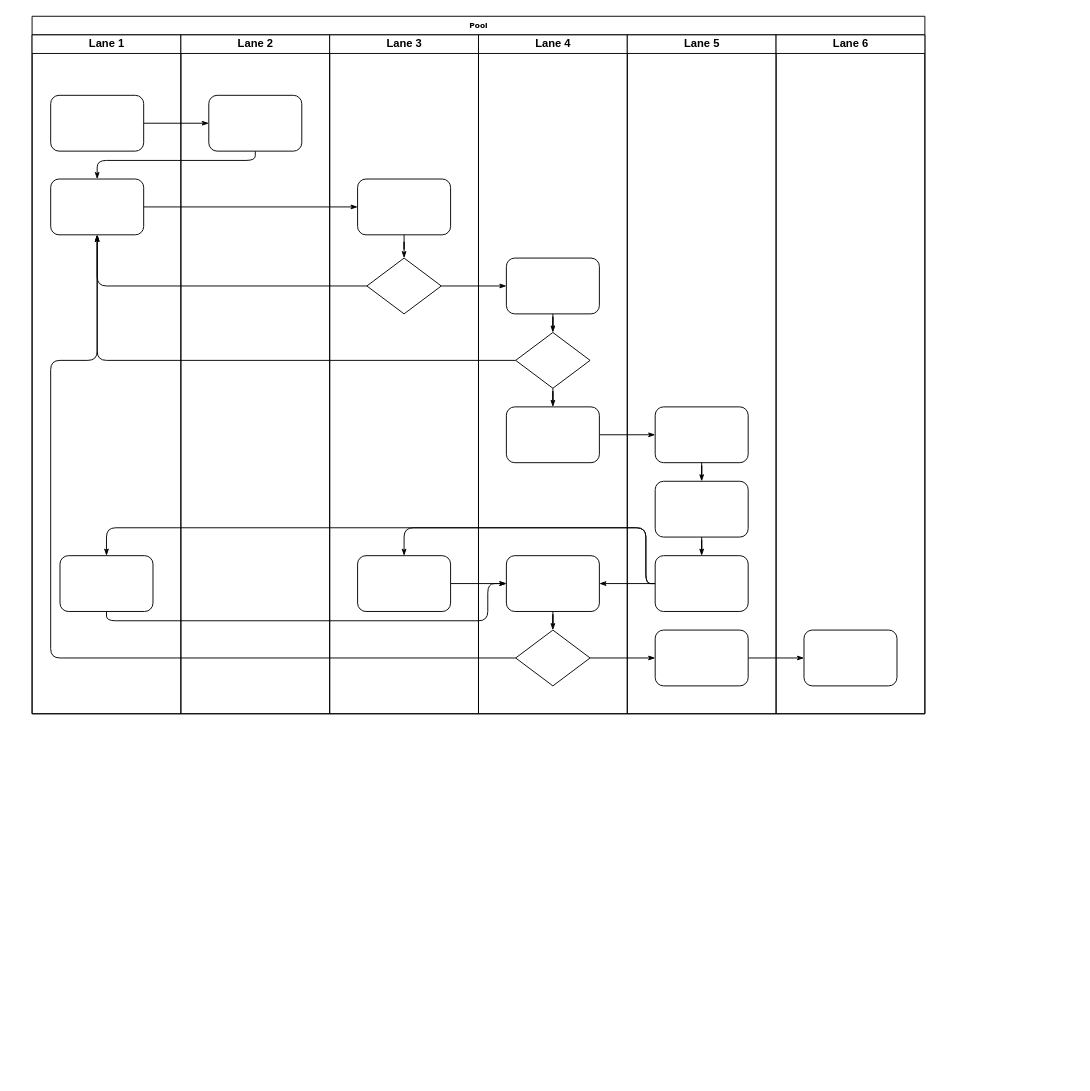
WALL-E-VA/WALL-E-VA keeps this draw.io diagram as Quotation Verification.drawio. Above is the earlier version. Source tidied: cells renumbered, new cells numbered last; positions are measured from the earlier drawing's top-left corner, leaving out a move shared by most shapes. Both pictures are drawn from the tidied source at 93%, with x=0, y=0 at pixel (32, 16).
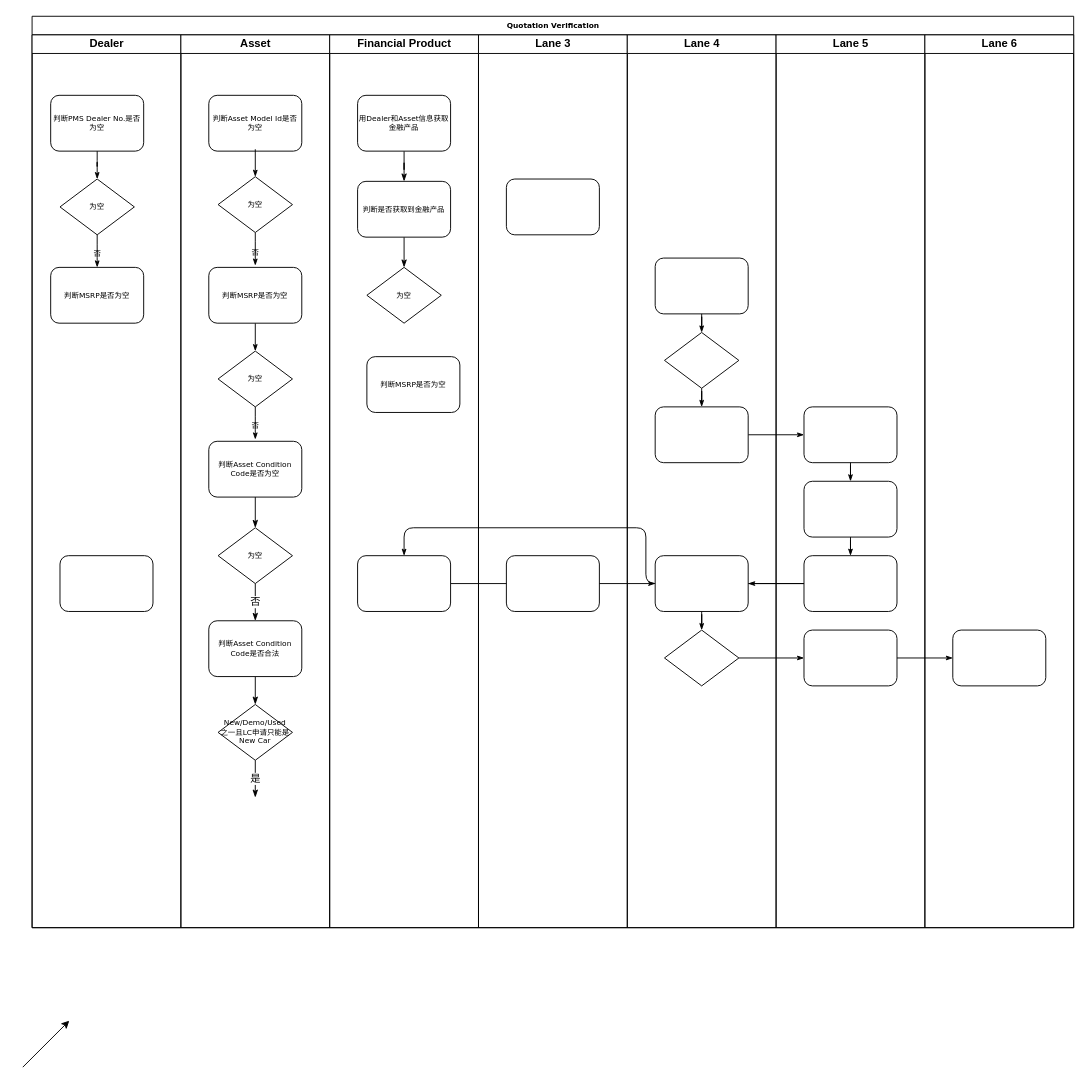
After the change.

Unchanged cells that the change refers to:
```xml
<mxCell id="6" style="rounded=1;whiteSpace=wrap;html=1;shadow=0;labelBackgroundColor=none;strokeWidth=1;fontFamily=Verdana;fontSize=8;align=center;" parent="3" vertex="1">
  <mxGeometry x="30" y="560" width="100" height="60" as="geometry" />
</mxCell>
<mxCell id="30" style="rounded=1;whiteSpace=wrap;html=1;shadow=0;labelBackgroundColor=none;strokeWidth=1;fontFamily=Verdana;fontSize=8;align=center;" parent="29" vertex="1">
  <mxGeometry x="30" y="240" width="100" height="60" as="geometry" />
</mxCell>
<mxCell id="31" style="rhombus;whiteSpace=wrap;html=1;rounded=0;shadow=0;labelBackgroundColor=none;strokeWidth=1;fontFamily=Verdana;fontSize=8;align=center;" parent="29" vertex="1">
  <mxGeometry x="40" y="320" width="80" height="60" as="geometry" />
</mxCell>
<mxCell id="33" style="rounded=1;whiteSpace=wrap;html=1;shadow=0;labelBackgroundColor=none;strokeWidth=1;fontFamily=Verdana;fontSize=8;align=center;" parent="29" vertex="1">
  <mxGeometry x="30" y="560" width="100" height="60" as="geometry" />
</mxCell>
<mxCell id="34" style="rhombus;whiteSpace=wrap;html=1;rounded=0;shadow=0;labelBackgroundColor=none;strokeWidth=1;fontFamily=Verdana;fontSize=8;align=center;" parent="29" vertex="1">
  <mxGeometry x="40" y="640" width="80" height="60" as="geometry" />
</mxCell>
<mxCell id="41" style="rounded=1;whiteSpace=wrap;html=1;shadow=0;labelBackgroundColor=none;strokeWidth=1;fontFamily=Verdana;fontSize=8;align=center;" parent="38" vertex="1">
  <mxGeometry x="30" y="560" width="100" height="60" as="geometry" />
</mxCell>
```

What changed in the source:
```diff
@@
-    <mxCell id="2" value="Pool" style="swimlane;html=1;startSize=20;rounded=0;shadow=0;labelBackgroundColor=none;strokeWidth=1;fontFamily=Verdana;fontSize=8;align=center;" parent="1" vertex="1">
-      <mxGeometry width="960" height="750" as="geometry" />
+    <mxCell id="2" value="Quotation Verification" style="swimlane;html=1;startSize=20;rounded=0;shadow=0;labelBackgroundColor=none;strokeWidth=1;fontFamily=Verdana;fontSize=8;align=center;" parent="1" vertex="1">
+      <mxGeometry width="1120" height="980" as="geometry" />
     </mxCell>
-    <mxCell id="3" value="Lane 1" style="swimlane;html=1;startSize=20;" parent="2" vertex="1">
-      <mxGeometry y="20" width="160" height="730" as="geometry" />
+    <mxCell id="3" value="Dealer" style="swimlane;html=1;startSize=20;" parent="2" vertex="1">
+      <mxGeometry y="20" width="160" height="960" as="geometry" />
     </mxCell>
-    <mxCell id="4" style="rounded=1;whiteSpace=wrap;html=1;shadow=0;labelBackgroundColor=none;strokeWidth=1;fontFamily=Verdana;fontSize=8;align=center;" parent="3" vertex="1">
+    <mxCell id="4" value="判断PMS Dealer No.是否为空" style="rounded=1;whiteSpace=wrap;html=1;shadow=0;labelBackgroundColor=none;strokeWidth=1;fontFamily=Verdana;fontSize=8;align=center;" parent="3" vertex="1">
       <mxGeometry x="20" y="65" width="100" height="60" as="geometry" />
     </mxCell>
-    <mxCell id="5" style="rounded=1;whiteSpace=wrap;html=1;shadow=0;labelBackgroundColor=none;strokeWidth=1;fontFamily=Verdana;fontSize=8;align=center;" parent="3" vertex="1">
-      <mxGeometry x="20" y="155" width="100" height="60" as="geometry" />
-    </mxCell>
@@
+    <mxCell id="26" value="为空" style="rhombus;whiteSpace=wrap;html=1;rounded=0;shadow=0;labelBackgroundColor=none;strokeWidth=1;fontFamily=Verdana;fontSize=8;align=center;" parent="3" vertex="1">
+      <mxGeometry x="30" y="155" width="80" height="60" as="geometry" />
+    </mxCell>
+    <mxCell id="10" value="否" style="edgeStyle=orthogonalEdgeStyle;rounded=1;html=1;labelBackgroundColor=none;startArrow=none;startFill=0;startSize=5;endArrow=classicThin;endFill=1;endSize=5;jettySize=auto;strokeWidth=1;fontFamily=Verdana;fontSize=8;" parent="3" edge="1" source="26">
+      <mxGeometry x="0.2" relative="1" as="geometry">
+        <mxPoint x="70" y="250" as="targetPoint" />
+      </mxGeometry>
+    </mxCell>
-    <mxCell id="7" style="edgeStyle=orthogonalEdgeStyle;rounded=1;html=1;labelBackgroundColor=none;startArrow=none;startFill=0;startSize=5;endArrow=classicThin;endFill=1;endSize=5;jettySize=auto;strokeWidth=1;fontFamily=Verdana;fontSize=8;" parent="2" edge="1" source="4" target="23">
+    <mxCell id="7" style="edgeStyle=orthogonalEdgeStyle;rounded=1;html=1;labelBackgroundColor=none;startArrow=none;startFill=0;startSize=5;endArrow=classicThin;endFill=1;endSize=5;jettySize=auto;strokeWidth=1;fontFamily=Verdana;fontSize=8;entryX=0.5;entryY=0;entryDx=0;entryDy=0;" parent="3" edge="1" source="4" target="26">
       <mxGeometry relative="1" as="geometry" />
     </mxCell>
-    <mxCell id="8" style="edgeStyle=orthogonalEdgeStyle;rounded=1;html=1;labelBackgroundColor=none;startArrow=none;startFill=0;startSize=5;endArrow=classicThin;endFill=1;endSize=5;jettySize=auto;strokeWidth=1;fontFamily=Verdana;fontSize=8;" parent="2" edge="1" source="23" target="5">
-      <mxGeometry relative="1" as="geometry">
-        <Array as="points">
-          <mxPoint x="240" y="155" />
-          <mxPoint x="70" y="155" />
-        </Array>
-      </mxGeometry>
-    </mxCell>
-    <mxCell id="9" style="edgeStyle=orthogonalEdgeStyle;rounded=1;html=1;labelBackgroundColor=none;startArrow=none;startFill=0;startSize=5;endArrow=classicThin;endFill=1;endSize=5;jettySize=auto;strokeWidth=1;fontFamily=Verdana;fontSize=8;" parent="2" edge="1" source="5" target="25">
-      <mxGeometry relative="1" as="geometry" />
-    </mxCell>
-    <mxCell id="10" style="edgeStyle=orthogonalEdgeStyle;rounded=1;html=1;labelBackgroundColor=none;startArrow=none;startFill=0;startSize=5;endArrow=classicThin;endFill=1;endSize=5;jettySize=auto;strokeWidth=1;fontFamily=Verdana;fontSize=8;" parent="2" edge="1" source="26" target="5">
-      <mxGeometry relative="1" as="geometry" />
-    </mxCell>
-    <mxCell id="11" style="edgeStyle=orthogonalEdgeStyle;rounded=1;html=1;labelBackgroundColor=none;startArrow=none;startFill=0;startSize=5;endArrow=classicThin;endFill=1;endSize=5;jettySize=auto;strokeWidth=1;fontFamily=Verdana;fontSize=8;" parent="2" edge="1" source="31" target="5">
-      <mxGeometry relative="1" as="geometry" />
-    </mxCell>
-    <mxCell id="12" style="edgeStyle=orthogonalEdgeStyle;rounded=1;html=1;labelBackgroundColor=none;startArrow=none;startFill=0;startSize=5;endArrow=classicThin;endFill=1;endSize=5;jettySize=auto;strokeWidth=1;fontFamily=Verdana;fontSize=8;" parent="2" edge="1" source="34" target="5">
-      <mxGeometry relative="1" as="geometry">
-        <Array as="points">
-          <mxPoint x="20" y="690" />
-          <mxPoint x="20" y="370" />
-          <mxPoint x="70" y="370" />
-        </Array>
-      </mxGeometry>
-    </mxCell>
-    <mxCell id="13" style="edgeStyle=orthogonalEdgeStyle;rounded=1;html=1;labelBackgroundColor=none;startArrow=none;startFill=0;startSize=5;endArrow=classicThin;endFill=1;endSize=5;jettySize=auto;strokeWidth=1;fontFamily=Verdana;fontSize=8;" parent="2" edge="1" source="26" target="30">
-      <mxGeometry relative="1" as="geometry" />
-    </mxCell>
+    <mxCell id="47" value="判断MSRP是否为空" style="rounded=1;whiteSpace=wrap;html=1;shadow=0;labelBackgroundColor=none;strokeWidth=1;fontFamily=Verdana;fontSize=8;align=center;" parent="3" vertex="1">
+      <mxGeometry x="20" y="250" width="100" height="60" as="geometry" />
+    </mxCell>
@@
-    <mxCell id="19" style="edgeStyle=orthogonalEdgeStyle;rounded=1;html=1;labelBackgroundColor=none;startArrow=none;startFill=0;startSize=5;endArrow=classicThin;endFill=1;endSize=5;jettySize=auto;strokeWidth=1;fontFamily=Verdana;fontSize=8;" parent="2" edge="1" source="41" target="6">
-      <mxGeometry relative="1" as="geometry">
-        <Array as="points">
-          <mxPoint x="660" y="610" />
-          <mxPoint x="660" y="550" />
-          <mxPoint x="80" y="550" />
-        </Array>
-      </mxGeometry>
-    </mxCell>
-    <mxCell id="20" style="edgeStyle=orthogonalEdgeStyle;rounded=1;html=1;labelBackgroundColor=none;startArrow=none;startFill=0;startSize=5;endArrow=classicThin;endFill=1;endSize=5;jettySize=auto;strokeWidth=1;fontFamily=Verdana;fontSize=8;" parent="2" edge="1" source="6" target="33">
-      <mxGeometry relative="1" as="geometry">
-        <Array as="points">
-          <mxPoint x="80" y="650" />
-          <mxPoint x="490" y="650" />
-          <mxPoint x="490" y="610" />
-        </Array>
-      </mxGeometry>
-    </mxCell>
@@
-    <mxCell id="22" value="Lane 2" style="swimlane;html=1;startSize=20;" parent="2" vertex="1">
-      <mxGeometry x="160" y="20" width="160" height="730" as="geometry" />
+    <mxCell id="22" value="Asset" style="swimlane;html=1;startSize=20;" parent="2" vertex="1">
+      <mxGeometry x="160" y="20" width="160" height="960" as="geometry" />
     </mxCell>
-    <mxCell id="23" style="rounded=1;whiteSpace=wrap;html=1;shadow=0;labelBackgroundColor=none;strokeWidth=1;fontFamily=Verdana;fontSize=8;align=center;" parent="22" vertex="1">
+    <mxCell id="23" value="判断Asset Model Id是否为空" style="rounded=1;whiteSpace=wrap;html=1;shadow=0;labelBackgroundColor=none;strokeWidth=1;fontFamily=Verdana;fontSize=8;align=center;" parent="22" vertex="1">
       <mxGeometry x="30" y="65" width="100" height="60" as="geometry" />
     </mxCell>
+    <mxCell id="48" style="edgeStyle=orthogonalEdgeStyle;rounded=1;html=1;labelBackgroundColor=none;startArrow=none;startFill=0;startSize=5;endArrow=classicThin;endFill=1;endSize=5;jettySize=auto;strokeWidth=1;fontFamily=Verdana;fontSize=8;entryX=0.5;entryY=0;entryDx=0;entryDy=0;" parent="22" edge="1" target="50">
+      <mxGeometry relative="1" as="geometry">
+        <mxPoint x="80" y="123" as="sourcePoint" />
+      </mxGeometry>
+    </mxCell>
+    <mxCell id="49" value="否" style="edgeStyle=orthogonalEdgeStyle;rounded=1;html=1;labelBackgroundColor=none;startArrow=none;startFill=0;startSize=5;endArrow=classicThin;endFill=1;endSize=5;jettySize=auto;strokeWidth=1;fontFamily=Verdana;fontSize=8;" parent="22" edge="1" source="50">
+      <mxGeometry x="0.2" relative="1" as="geometry">
+        <mxPoint x="80" y="248" as="targetPoint" />
+      </mxGeometry>
+    </mxCell>
+    <mxCell id="50" value="为空" style="rhombus;whiteSpace=wrap;html=1;rounded=0;shadow=0;labelBackgroundColor=none;strokeWidth=1;fontFamily=Verdana;fontSize=8;align=center;" parent="22" vertex="1">
+      <mxGeometry x="40" y="152.5" width="80" height="60" as="geometry" />
+    </mxCell>
+    <mxCell id="51" style="edgeStyle=orthogonalEdgeStyle;rounded=1;html=1;labelBackgroundColor=none;startArrow=none;startFill=0;startSize=5;endArrow=classicThin;endFill=1;endSize=5;jettySize=auto;strokeWidth=1;fontFamily=Verdana;fontSize=8;entryX=0.5;entryY=0;entryDx=0;entryDy=0;" parent="22" edge="1" target="52">
+      <mxGeometry relative="1" as="geometry">
+        <mxPoint x="80" y="310" as="sourcePoint" />
+      </mxGeometry>
+    </mxCell>
+    <mxCell id="52" value="为空" style="rhombus;whiteSpace=wrap;html=1;rounded=0;shadow=0;labelBackgroundColor=none;strokeWidth=1;fontFamily=Verdana;fontSize=8;align=center;" parent="22" vertex="1">
+      <mxGeometry x="40" y="340" width="80" height="60" as="geometry" />
+    </mxCell>
+    <mxCell id="53" value="否" style="edgeStyle=orthogonalEdgeStyle;rounded=1;html=1;labelBackgroundColor=none;startArrow=none;startFill=0;startSize=5;endArrow=classicThin;endFill=1;endSize=5;jettySize=auto;strokeWidth=1;fontFamily=Verdana;fontSize=8;" parent="22" edge="1" source="52">
+      <mxGeometry x="0.2" relative="1" as="geometry">
+        <mxPoint x="80" y="435" as="targetPoint" />
+      </mxGeometry>
+    </mxCell>
+    <mxCell id="54" style="edgeStyle=orthogonalEdgeStyle;rounded=0;jettySize=auto;html=1;exitX=0.5;exitY=1;exitDx=0;exitDy=0;entryX=0.5;entryY=0;entryDx=0;entryDy=0;endArrow=classicThin;endFill=1;" parent="22" edge="1" source="55" target="58">
+      <mxGeometry relative="1" as="geometry" />
+    </mxCell>
+    <mxCell id="55" value="判断Asset Condition Code是否为空" style="rounded=1;whiteSpace=wrap;html=1;shadow=0;labelBackgroundColor=none;strokeWidth=1;fontFamily=Verdana;fontSize=8;align=center;" parent="22" vertex="1">
+      <mxGeometry x="30" y="437" width="100" height="60" as="geometry" />
+    </mxCell>
+    <mxCell id="56" value="判断MSRP是否为空" style="rounded=1;whiteSpace=wrap;html=1;shadow=0;labelBackgroundColor=none;strokeWidth=1;fontFamily=Verdana;fontSize=8;align=center;" parent="22" vertex="1">
+      <mxGeometry x="30" y="250" width="100" height="60" as="geometry" />
+    </mxCell>
+    <mxCell id="57" value="否" style="edgeStyle=orthogonalEdgeStyle;rounded=0;jettySize=auto;html=1;exitX=0.5;exitY=1;exitDx=0;exitDy=0;entryX=0.5;entryY=0;entryDx=0;entryDy=0;endArrow=classicThin;endFill=1;" parent="22" edge="1" source="58" target="60">
+      <mxGeometry relative="1" as="geometry" />
+    </mxCell>
+    <mxCell id="58" value="为空" style="rhombus;whiteSpace=wrap;html=1;rounded=0;shadow=0;labelBackgroundColor=none;strokeWidth=1;fontFamily=Verdana;fontSize=8;align=center;" parent="22" vertex="1">
+      <mxGeometry x="40" y="530" width="80" height="60" as="geometry" />
+    </mxCell>
+    <mxCell id="59" style="edgeStyle=orthogonalEdgeStyle;rounded=0;jettySize=auto;html=1;exitX=0.5;exitY=1;exitDx=0;exitDy=0;entryX=0.5;entryY=0;entryDx=0;entryDy=0;endArrow=classicThin;endFill=1;" parent="22" edge="1" source="60" target="62">
+      <mxGeometry relative="1" as="geometry" />
+    </mxCell>
+    <mxCell id="60" value="判断Asset Condition Code是否合法" style="rounded=1;whiteSpace=wrap;html=1;shadow=0;labelBackgroundColor=none;strokeWidth=1;fontFamily=Verdana;fontSize=8;align=center;" parent="22" vertex="1">
+      <mxGeometry x="30" y="630" width="100" height="60" as="geometry" />
+    </mxCell>
+    <mxCell id="61" value="是" style="edgeStyle=orthogonalEdgeStyle;rounded=0;jettySize=auto;html=1;exitX=0.5;exitY=1;exitDx=0;exitDy=0;entryX=0.5;entryY=0;entryDx=0;entryDy=0;endArrow=classicThin;endFill=1;" parent="22" edge="1" source="62">
+      <mxGeometry relative="1" as="geometry">
+        <mxPoint x="80" y="820" as="targetPoint" />
+      </mxGeometry>
+    </mxCell>
+    <mxCell id="62" value="New/Demo/Used&lt;br&gt;之一且LC申请只能是New Car" style="rhombus;whiteSpace=wrap;html=1;rounded=0;shadow=0;labelBackgroundColor=none;strokeWidth=1;fontFamily=Verdana;fontSize=8;align=center;" parent="22" vertex="1">
+      <mxGeometry x="40" y="720" width="80" height="60" as="geometry" />
+    </mxCell>
-    <mxCell id="24" value="Lane 3" style="swimlane;html=1;startSize=20;" parent="2" vertex="1">
-      <mxGeometry x="320" y="20" width="160" height="730" as="geometry" />
+    <mxCell id="24" value="Financial Product" style="swimlane;html=1;startSize=20;" parent="2" vertex="1">
+      <mxGeometry x="320" y="20" width="160" height="960" as="geometry" />
     </mxCell>
+    <mxCell id="27" style="rounded=1;whiteSpace=wrap;html=1;shadow=0;labelBackgroundColor=none;strokeWidth=1;fontFamily=Verdana;fontSize=8;align=center;" parent="24" vertex="1">
+      <mxGeometry x="30" y="560" width="100" height="60" as="geometry" />
+    </mxCell>
+    <mxCell id="63" style="edgeStyle=orthogonalEdgeStyle;rounded=0;jettySize=auto;html=1;exitX=0.5;exitY=1;exitDx=0;exitDy=0;endArrow=classicThin;endFill=1;" parent="24" edge="1" source="64" target="66">
+      <mxGeometry relative="1" as="geometry" />
+    </mxCell>
+    <mxCell id="64" value="用Dealer和Asset信息获取金融产品" style="rounded=1;whiteSpace=wrap;html=1;shadow=0;labelBackgroundColor=none;strokeWidth=1;fontFamily=Verdana;fontSize=8;align=center;" parent="24" vertex="1">
+      <mxGeometry x="30" y="65" width="100" height="60" as="geometry" />
+    </mxCell>
+    <mxCell id="65" style="edgeStyle=orthogonalEdgeStyle;rounded=0;jettySize=auto;html=1;exitX=0.5;exitY=1;exitDx=0;exitDy=0;entryX=0.5;entryY=0;entryDx=0;entryDy=0;endArrow=classicThin;endFill=1;" parent="24" edge="1" source="66" target="67">
+      <mxGeometry relative="1" as="geometry" />
+    </mxCell>
+    <mxCell id="66" value="判断是否获取到金融产品" style="rounded=1;whiteSpace=wrap;html=1;shadow=0;labelBackgroundColor=none;strokeWidth=1;fontFamily=Verdana;fontSize=8;align=center;" parent="24" vertex="1">
+      <mxGeometry x="30" y="157.5" width="100" height="60" as="geometry" />
+    </mxCell>
+    <mxCell id="67" value="为空" style="rhombus;whiteSpace=wrap;html=1;rounded=0;shadow=0;labelBackgroundColor=none;strokeWidth=1;fontFamily=Verdana;fontSize=8;align=center;" parent="24" vertex="1">
+      <mxGeometry x="40" y="250" width="80" height="60" as="geometry" />
+    </mxCell>
+    <mxCell id="68" value="Lane 3" style="swimlane;html=1;startSize=20;" parent="2" vertex="1">
+      <mxGeometry x="480" y="20" width="160" height="960" as="geometry" />
+    </mxCell>
-    <mxCell id="25" style="rounded=1;whiteSpace=wrap;html=1;shadow=0;labelBackgroundColor=none;strokeWidth=1;fontFamily=Verdana;fontSize=8;align=center;" parent="24" vertex="1">
+    <mxCell id="25" style="rounded=1;whiteSpace=wrap;html=1;shadow=0;labelBackgroundColor=none;strokeWidth=1;fontFamily=Verdana;fontSize=8;align=center;" parent="68" vertex="1">
       <mxGeometry x="30" y="155" width="100" height="60" as="geometry" />
     </mxCell>
-    <mxCell id="26" style="rhombus;whiteSpace=wrap;html=1;rounded=0;shadow=0;labelBackgroundColor=none;strokeWidth=1;fontFamily=Verdana;fontSize=8;align=center;" parent="24" vertex="1">
-      <mxGeometry x="40" y="240" width="80" height="60" as="geometry" />
-    </mxCell>
-    <mxCell id="27" style="rounded=1;whiteSpace=wrap;html=1;shadow=0;labelBackgroundColor=none;strokeWidth=1;fontFamily=Verdana;fontSize=8;align=center;" parent="24" vertex="1">
-      <mxGeometry x="30" y="560" width="100" height="60" as="geometry" />
-    </mxCell>
-    <mxCell id="28" style="edgeStyle=orthogonalEdgeStyle;rounded=1;html=1;labelBackgroundColor=none;startArrow=none;startFill=0;startSize=5;endArrow=classicThin;endFill=1;endSize=5;jettySize=auto;strokeWidth=1;fontFamily=Verdana;fontSize=8;" parent="24" edge="1" source="25" target="26">
-      <mxGeometry relative="1" as="geometry" />
-    </mxCell>
+    <mxCell id="69" style="rounded=1;whiteSpace=wrap;html=1;shadow=0;labelBackgroundColor=none;strokeWidth=1;fontFamily=Verdana;fontSize=8;align=center;" parent="68" vertex="1">
+      <mxGeometry x="30" y="560" width="100" height="60" as="geometry" />
+    </mxCell>
     <mxCell id="29" value="Lane 4" style="swimlane;html=1;startSize=20;" parent="2" vertex="1">
-      <mxGeometry x="480" y="20" width="160" height="730" as="geometry" />
+      <mxGeometry x="640" y="20" width="160" height="960" as="geometry" />
     </mxCell>
@@
     <mxCell id="38" value="Lane 5" style="swimlane;html=1;startSize=20;" parent="2" vertex="1">
-      <mxGeometry x="640" y="20" width="160" height="730" as="geometry" />
+      <mxGeometry x="800" y="20" width="160" height="960" as="geometry" />
     </mxCell>
@@
     <mxCell id="45" value="Lane 6" style="swimlane;html=1;startSize=20;" parent="2" vertex="1">
-      <mxGeometry x="800" y="20" width="160" height="730" as="geometry" />
+      <mxGeometry x="960" y="20" width="160" height="960" as="geometry" />
     </mxCell>
@@
+    <mxCell id="70" value="判断MSRP是否为空" style="rounded=1;whiteSpace=wrap;html=1;shadow=0;labelBackgroundColor=none;strokeWidth=1;fontFamily=Verdana;fontSize=8;align=center;" parent="1" vertex="1">
+      <mxGeometry x="360" y="366" width="100" height="60" as="geometry" />
+    </mxCell>
+    <mxCell id="71" style="endArrow=classic;html=1;" parent="1" edge="1">
+      <mxGeometry relative="1" as="geometry">
+        <mxPoint x="-10" y="1130" as="sourcePoint" />
+        <mxPoint x="40" y="1080" as="targetPoint" />
+      </mxGeometry>
+    </mxCell>
```
